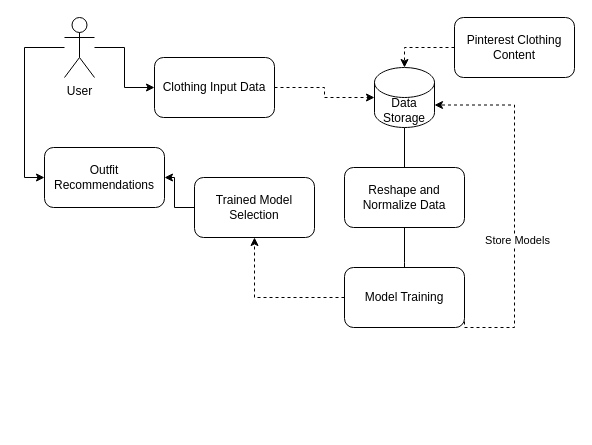
The draw.io diagram Updated Flow Diagram.drawio in ZayBoyy/Wardrobe-Reccs-App, before the edit. Source tidied: cells renumbered, new cells numbered last; positions are measured from the earlier drawing's top-left corner, leaving out a move shared by most shapes. Both pictures are drawn from the tidied source at 100%, with x=0, y=0 at pixel (24, 17).
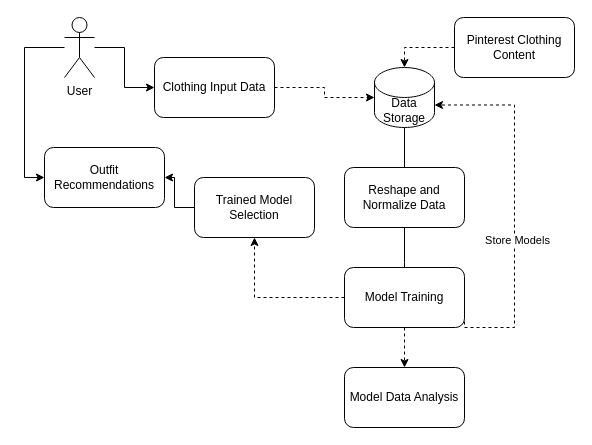
Above is the later version.

Unchanged cells that the change refers to:
```xml
<mxCell id="11" value="Model Training" style="rounded=1;whiteSpace=wrap;html=1;" parent="1" vertex="1">
  <mxGeometry x="320" y="250" width="120" height="60" as="geometry" />
</mxCell>
```

The edit, as a diff of the source:
```diff
@@
+    <mxCell id="20" style="edgeStyle=orthogonalEdgeStyle;rounded=0;jettySize=auto;html=1;dashed=1;entryX=0.5;entryY=0;entryDx=0;entryDy=0;" parent="1" edge="1" source="11" target="21">
+      <mxGeometry relative="1" as="geometry" />
+    </mxCell>
@@
+    <mxCell id="21" value="Model Data Analysis" style="rounded=1;whiteSpace=wrap;html=1;" parent="1" vertex="1">
+      <mxGeometry x="320" y="350" width="120" height="60" as="geometry" />
+    </mxCell>
```
